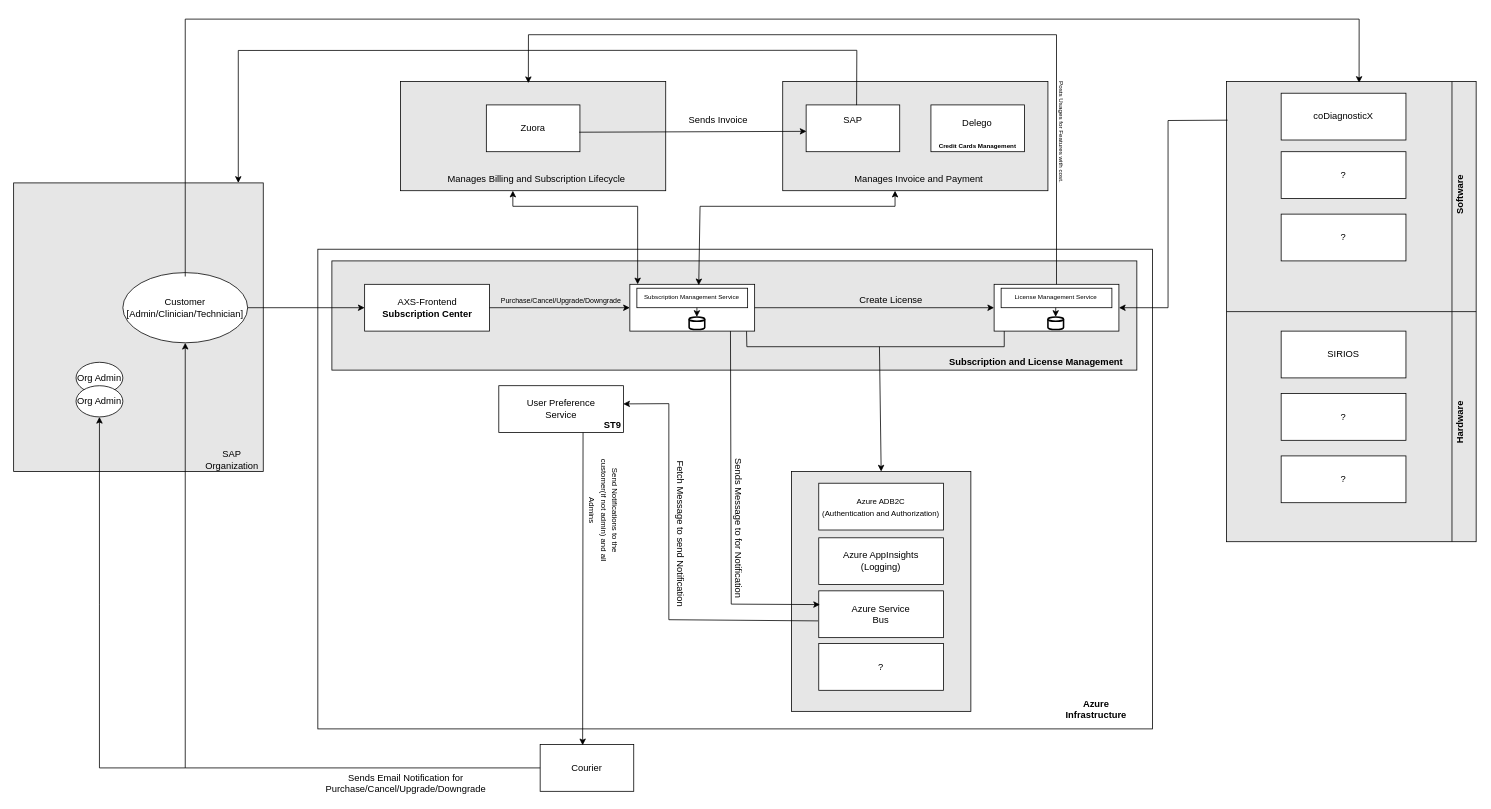
ankitverma5859/drawio keeps this draw.io diagram as page "Page-2" (2 of 2) of LEMS-flow1.drawio. Above is the earlier version. Source tidied: cells renumbered, new cells numbered last; positions are measured from the earlier drawing's top-left corner, leaving out a move shared by most shapes. Both pictures are drawn from the tidied source at 78%, with x=0, y=0 at pixel (13, 19).
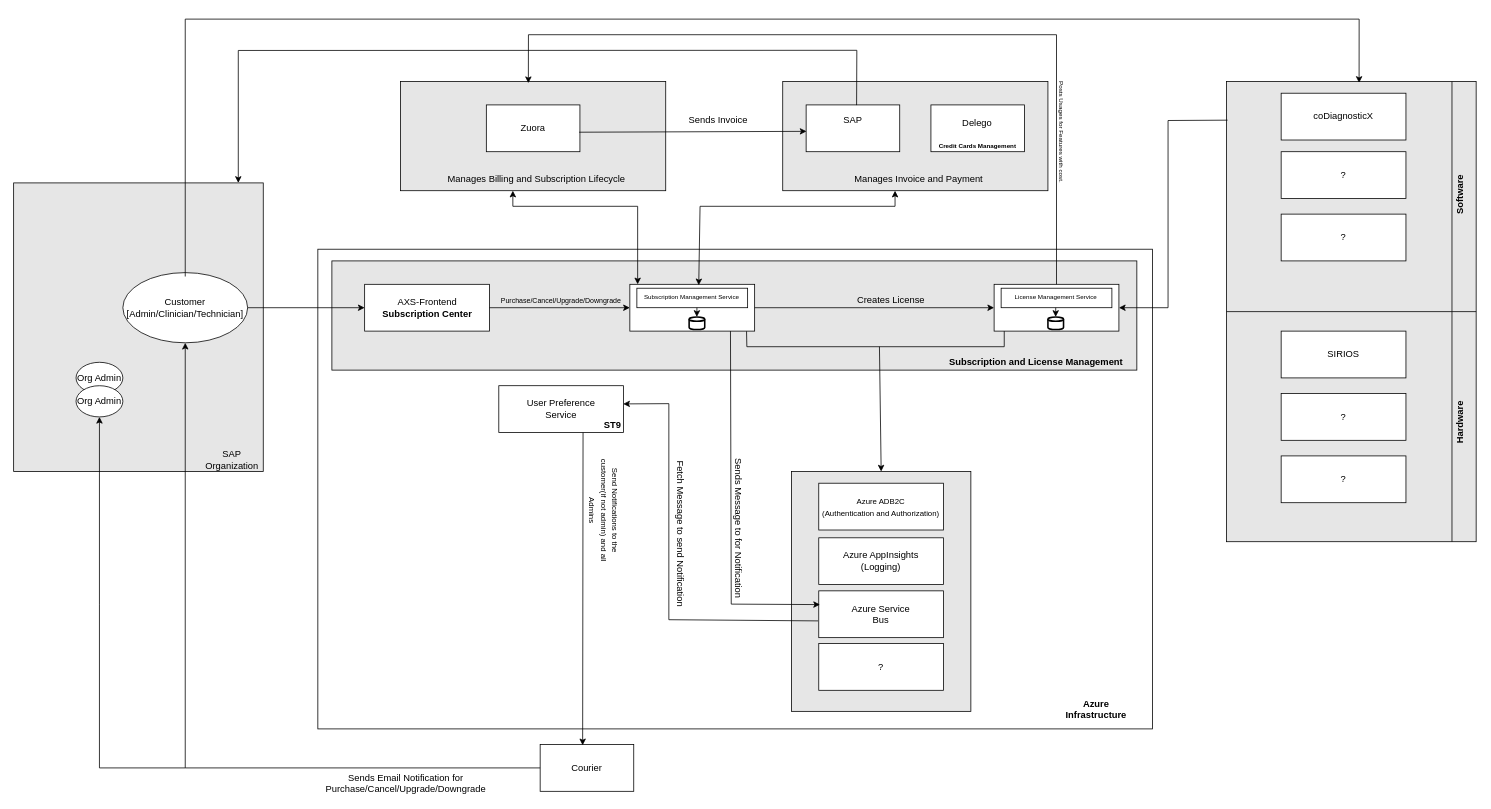
The same diagram, later.

Diff of the diagram source:
```diff
@@
-    <mxCell id="34" value="Create License" style="text;html=1;align=center;verticalAlign=middle;whiteSpace=wrap;rounded=0;" parent="1" vertex="1">
+    <mxCell id="34" value="Creates License" style="text;html=1;align=center;verticalAlign=middle;whiteSpace=wrap;rounded=0;" parent="1" vertex="1">
       <mxGeometry x="1075" y="350" width="100" height="20" as="geometry" />
     </mxCell>
```
